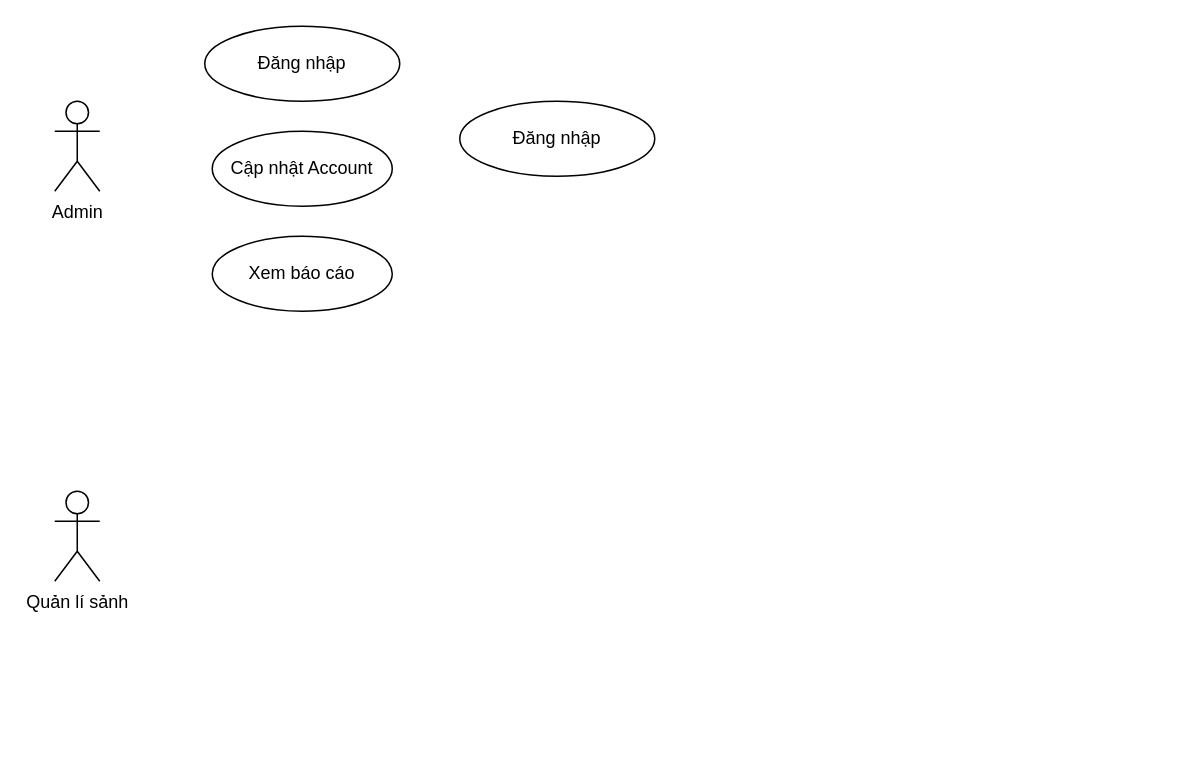
The draw.io diagram page "Use-CaseModel" (2 of 5) of Management Programming/PersonalProject/Document/Project-Diagram.drawio in jusrisu2020/File-HK2-Nam3, before the edit. Source tidied: cells renumbered, new cells numbered last; positions are measured from the earlier drawing's top-left corner, leaving out a move shared by most shapes. Both pictures are drawn from the tidied source at 150%, with x=0, y=0 at pixel (54, 26).
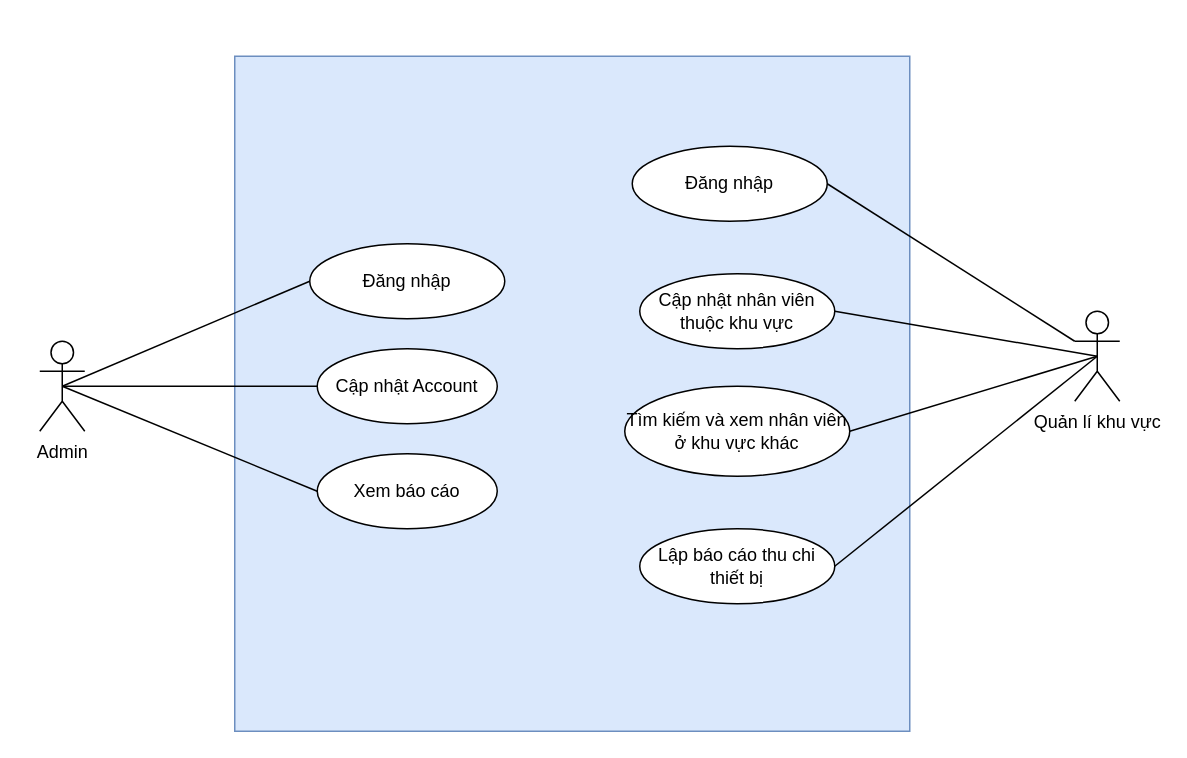
Above is the later version.

The edit, as a diff of the source:
```diff
@@
 <mxGraphModel>
   <root>
     <mxCell id="0" />
     <mxCell id="1" parent="0" />
+    <mxCell id="8" style="rounded=0;whiteSpace=wrap;html=1;fillColor=#dae8fc;strokeColor=#6c8ebf;" parent="1" vertex="1">
+      <mxGeometry x="120" y="20" width="450" height="450" as="geometry" />
+    </mxCell>
     <mxCell id="2" value="Admin" style="shape=umlActor;verticalLabelPosition=bottom;verticalAlign=top;html=1;outlineConnect=0;" parent="1" vertex="1">
-      <mxGeometry y="50" width="30" height="60" as="geometry" />
+      <mxGeometry x="-10" y="210" width="30" height="60" as="geometry" />
     </mxCell>
-    <mxCell id="3" value="Quản lí sảnh" style="shape=umlActor;verticalLabelPosition=bottom;verticalAlign=top;html=1;outlineConnect=0;" parent="1" vertex="1">
-      <mxGeometry y="310" width="30" height="60" as="geometry" />
+    <mxCell id="3" value="Quản lí khu vực" style="shape=umlActor;verticalLabelPosition=bottom;verticalAlign=top;html=1;outlineConnect=0;" parent="1" vertex="1">
+      <mxGeometry x="680" y="190" width="30" height="60" as="geometry" />
     </mxCell>
     <mxCell id="4" value="Đăng nhập" style="ellipse;whiteSpace=wrap;html=1;" parent="1" vertex="1">
-      <mxGeometry x="100" width="130" height="50" as="geometry" />
+      <mxGeometry x="170" y="145" width="130" height="50" as="geometry" />
     </mxCell>
     <mxCell id="5" value="Cập nhật Account" style="ellipse;whiteSpace=wrap;html=1;" parent="1" vertex="1">
-      <mxGeometry x="105" y="70" width="120" height="50" as="geometry" />
+      <mxGeometry x="175" y="215" width="120" height="50" as="geometry" />
     </mxCell>
     <mxCell id="6" value="Xem báo cáo" style="ellipse;whiteSpace=wrap;html=1;" parent="1" vertex="1">
-      <mxGeometry x="105" y="140" width="120" height="50" as="geometry" />
+      <mxGeometry x="175" y="285" width="120" height="50" as="geometry" />
     </mxCell>
     <mxCell id="7" value="Đăng nhập" style="ellipse;whiteSpace=wrap;html=1;" parent="1" vertex="1">
-      <mxGeometry x="270" y="50" width="130" height="50" as="geometry" />
+      <mxGeometry x="385" y="80" width="130" height="50" as="geometry" />
     </mxCell>
+    <mxCell id="9" value="Cập nhật nhân viên thuộc khu vực" style="ellipse;whiteSpace=wrap;html=1;" parent="1" vertex="1">
+      <mxGeometry x="390" y="165" width="130" height="50" as="geometry" />
+    </mxCell>
+    <mxCell id="10" value="Tìm kiếm và xem nhân viên ở khu vực khác" style="ellipse;whiteSpace=wrap;html=1;" parent="1" vertex="1">
+      <mxGeometry x="380" y="240" width="150" height="60" as="geometry" />
+    </mxCell>
+    <mxCell id="11" value="Lập báo cáo thu chi thiết bị" style="ellipse;whiteSpace=wrap;html=1;" parent="1" vertex="1">
+      <mxGeometry x="390" y="335" width="130" height="50" as="geometry" />
+    </mxCell>
+    <mxCell id="12" style="endArrow=none;html=1;exitX=0.5;exitY=0.5;exitDx=0;exitDy=0;exitPerimeter=0;entryX=0;entryY=0.5;entryDx=0;entryDy=0;" parent="1" edge="1" source="2" target="4">
+      <mxGeometry relative="1" as="geometry" />
+    </mxCell>
+    <mxCell id="13" style="endArrow=none;html=1;exitX=0.5;exitY=0.5;exitDx=0;exitDy=0;exitPerimeter=0;entryX=0;entryY=0.5;entryDx=0;entryDy=0;" parent="1" edge="1" source="2" target="5">
+      <mxGeometry relative="1" as="geometry" />
+    </mxCell>
+    <mxCell id="14" style="endArrow=none;html=1;exitX=0.5;exitY=0.5;exitDx=0;exitDy=0;exitPerimeter=0;entryX=0;entryY=0.5;entryDx=0;entryDy=0;" parent="1" edge="1" source="2" target="6">
+      <mxGeometry relative="1" as="geometry" />
+    </mxCell>
+    <mxCell id="15" style="endArrow=none;html=1;entryX=1;entryY=0.5;entryDx=0;entryDy=0;" parent="1" edge="1" target="7">
+      <mxGeometry relative="1" as="geometry">
+        <mxPoint x="680" y="210" as="sourcePoint" />
+      </mxGeometry>
+    </mxCell>
+    <mxCell id="16" style="endArrow=none;html=1;entryX=1;entryY=0.5;entryDx=0;entryDy=0;exitX=0.5;exitY=0.5;exitDx=0;exitDy=0;exitPerimeter=0;" parent="1" edge="1" source="3" target="9">
+      <mxGeometry relative="1" as="geometry" />
+    </mxCell>
+    <mxCell id="17" style="endArrow=none;html=1;exitX=0.5;exitY=0.5;exitDx=0;exitDy=0;exitPerimeter=0;entryX=1;entryY=0.5;entryDx=0;entryDy=0;" parent="1" edge="1" source="3" target="10">
+      <mxGeometry relative="1" as="geometry" />
+    </mxCell>
+    <mxCell id="18" style="endArrow=none;html=1;entryX=1;entryY=0.5;entryDx=0;entryDy=0;exitX=0.5;exitY=0.5;exitDx=0;exitDy=0;exitPerimeter=0;" parent="1" edge="1" source="3" target="11">
+      <mxGeometry relative="1" as="geometry" />
+    </mxCell>
   </root>
 </mxGraphModel>
```
